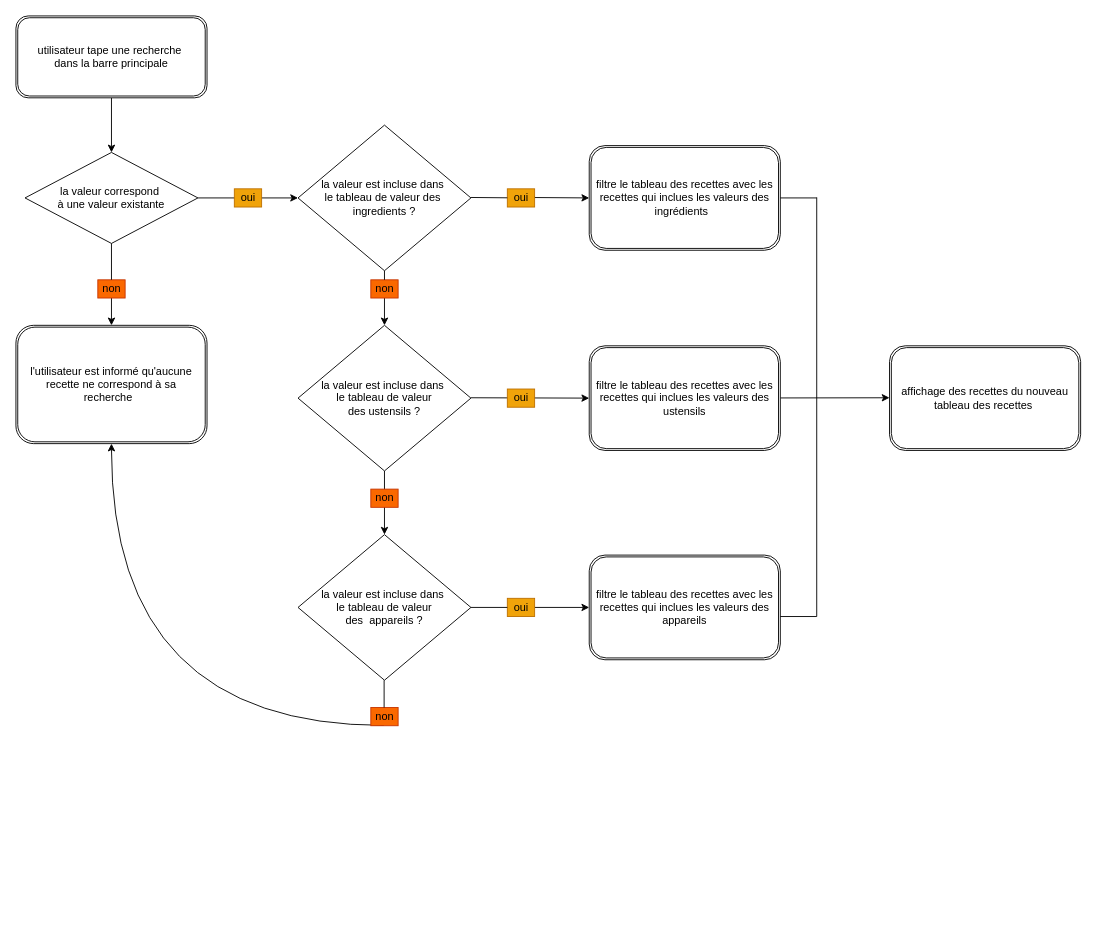
Before: algo1.drawio in jeremybosqui/Projet7_Algo, a draw.io diagram. Source tidied: cells renumbered, new cells numbered last; positions are measured from the earlier drawing's top-left corner, leaving out a move shared by most shapes. Both pictures are drawn from the tidied source at 91%, with x=0, y=0 at pixel (15, 15).
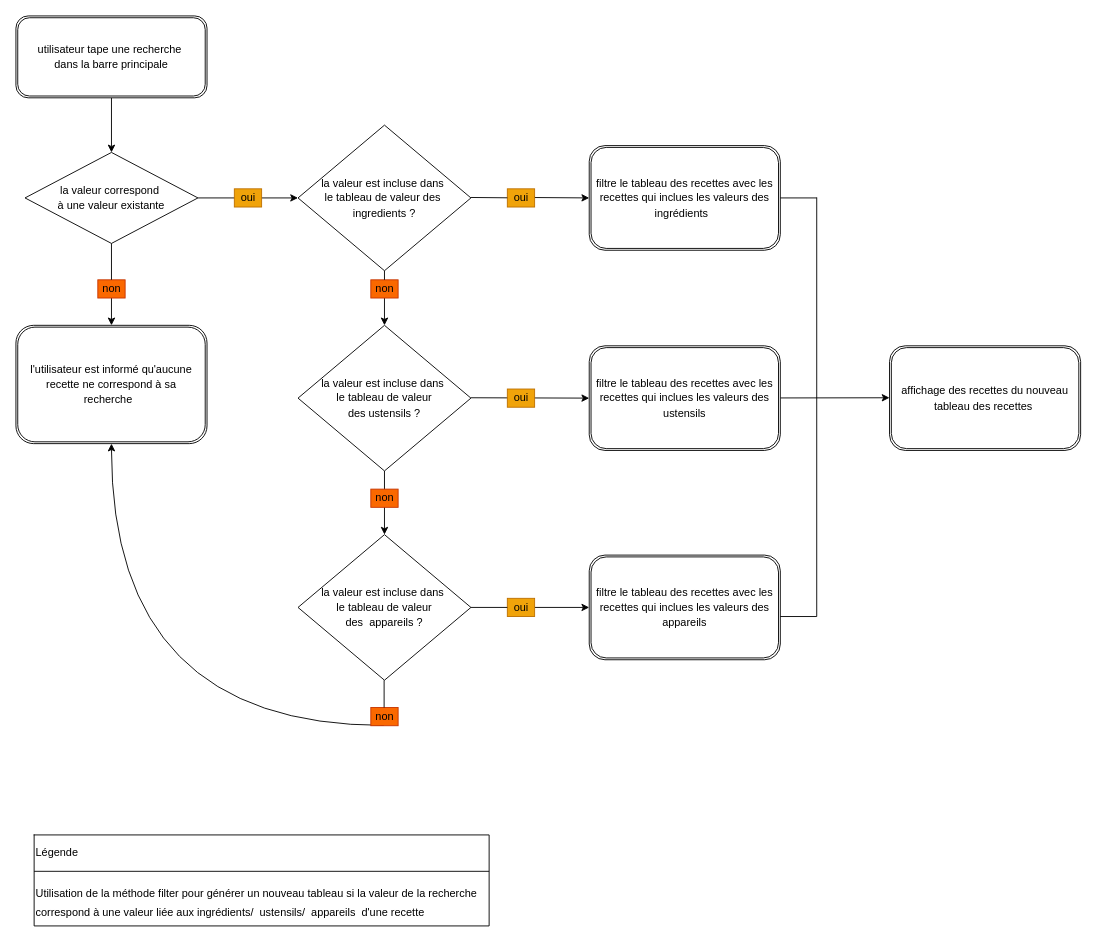
After the change.

Commit message (it also covers changes not shown here):
algo1 add legende

Change to the diagram source:
```diff
@@
-    <mxCell id="3" value="utilisateur tape une recherche&amp;nbsp; &lt;br&gt;dans la barre principale" style="shape=ext;double=1;rounded=1;whiteSpace=wrap;html=1;" parent="1" vertex="1">
+    <mxCell id="3" value="&lt;p style=&quot;line-height: 1.35&quot;&gt;utilisateur tape une recherche&amp;nbsp; &lt;br&gt;dans la barre principale&lt;/p&gt;" style="shape=ext;double=1;rounded=1;whiteSpace=wrap;html=1;" parent="1" vertex="1">
       <mxGeometry width="210" height="90" as="geometry" />
     </mxCell>
@@
-    <mxCell id="6" value="la valeur correspond&amp;nbsp;&lt;br&gt;à une valeur existante" style="rhombus;whiteSpace=wrap;html=1;rotation=0;" parent="1" vertex="1">
+    <mxCell id="6" value="&lt;p style=&quot;line-height: 1.35&quot;&gt;la valeur correspond&amp;nbsp;&lt;br&gt;à une valeur existante&lt;/p&gt;" style="rhombus;whiteSpace=wrap;html=1;rotation=0;" parent="1" vertex="1">
       <mxGeometry x="10" y="150" width="190" height="100" as="geometry" />
     </mxCell>
@@
-    <mxCell id="9" value="la valeur est incluse dans&amp;nbsp;&lt;br&gt;le tableau de valeur des&amp;nbsp; ingredients ?" style="rhombus;whiteSpace=wrap;html=1;rotation=0;" parent="1" vertex="1">
+    <mxCell id="9" value="&lt;p style=&quot;line-height: 1.35&quot;&gt;la valeur est incluse dans&amp;nbsp;&lt;br&gt;le tableau de valeur des&amp;nbsp; ingredients ?&lt;/p&gt;" style="rhombus;whiteSpace=wrap;html=1;rotation=0;" parent="1" vertex="1">
       <mxGeometry x="310" y="120" width="190" height="160" as="geometry" />
     </mxCell>
@@
-    <mxCell id="15" value="l'utilisateur est informé qu'aucune recette ne correspond à sa recherche&amp;nbsp;&amp;nbsp;" style="shape=ext;double=1;rounded=1;whiteSpace=wrap;html=1;" parent="1" vertex="1">
+    <mxCell id="15" value="&lt;p style=&quot;line-height: 1.35&quot;&gt;l'utilisateur est informé qu'aucune recette ne correspond à sa recherche&amp;nbsp;&amp;nbsp;&lt;/p&gt;" style="shape=ext;double=1;rounded=1;whiteSpace=wrap;html=1;" parent="1" vertex="1">
       <mxGeometry y="340" width="210" height="130" as="geometry" />
     </mxCell>
@@
-    <mxCell id="23" value="filtre le tableau des recettes avec les recettes qui inclues les valeurs des appareils" style="shape=ext;double=1;rounded=1;whiteSpace=wrap;html=1;" parent="1" vertex="1">
+    <mxCell id="23" value="&lt;p style=&quot;line-height: 1.35&quot;&gt;filtre le tableau des recettes avec les recettes qui inclues les valeurs des appareils&lt;/p&gt;" style="shape=ext;double=1;rounded=1;whiteSpace=wrap;html=1;" parent="1" vertex="1">
       <mxGeometry x="630" y="592.5" width="210" height="115" as="geometry" />
     </mxCell>
@@
-    <mxCell id="28" value="la valeur est incluse dans&amp;nbsp;&lt;br&gt;le tableau de valeur &lt;br&gt;des ustensils ?" style="rhombus;whiteSpace=wrap;html=1;rotation=0;" parent="1" vertex="1">
+    <mxCell id="28" value="&lt;p style=&quot;line-height: 1.35&quot;&gt;la valeur est incluse dans&amp;nbsp;&lt;br&gt;le tableau de valeur &lt;br&gt;des ustensils ?&lt;/p&gt;" style="rhombus;whiteSpace=wrap;html=1;rotation=0;" parent="1" vertex="1">
       <mxGeometry x="310" y="340" width="190" height="160" as="geometry" />
     </mxCell>
-    <mxCell id="29" value="la valeur est incluse dans&amp;nbsp;&lt;br&gt;le tableau de valeur &lt;br&gt;des&amp;nbsp; appareils ?" style="rhombus;whiteSpace=wrap;html=1;rotation=0;" parent="1" vertex="1">
+    <mxCell id="29" value="&lt;p style=&quot;line-height: 1.35&quot;&gt;la valeur est incluse dans&amp;nbsp;&lt;br&gt;le tableau de valeur &lt;br&gt;des&amp;nbsp; appareils ?&lt;/p&gt;" style="rhombus;whiteSpace=wrap;html=1;rotation=0;" parent="1" vertex="1">
       <mxGeometry x="310" y="570" width="190" height="160" as="geometry" />
     </mxCell>
@@
-    <mxCell id="35" value="filtre le tableau des recettes avec les recettes qui inclues les valeurs des ustensils" style="shape=ext;double=1;rounded=1;whiteSpace=wrap;html=1;" parent="1" vertex="1">
+    <mxCell id="35" value="&lt;p style=&quot;line-height: 1.35&quot;&gt;filtre le tableau des recettes avec les recettes qui inclues les valeurs des ustensils&lt;/p&gt;" style="shape=ext;double=1;rounded=1;whiteSpace=wrap;html=1;" parent="1" vertex="1">
       <mxGeometry x="630" y="362.5" width="210" height="115" as="geometry" />
     </mxCell>
-    <mxCell id="36" value="filtre le tableau des recettes avec les recettes qui inclues les valeurs des ingrédients&amp;nbsp;&amp;nbsp;" style="shape=ext;double=1;rounded=1;whiteSpace=wrap;html=1;" parent="1" vertex="1">
+    <mxCell id="36" value="&lt;p style=&quot;line-height: 1.35&quot;&gt;filtre le tableau des recettes avec les recettes qui inclues les valeurs des ingrédients&amp;nbsp;&amp;nbsp;&lt;/p&gt;" style="shape=ext;double=1;rounded=1;whiteSpace=wrap;html=1;" parent="1" vertex="1">
       <mxGeometry x="630" y="142.5" width="210" height="115" as="geometry" />
     </mxCell>
-    <mxCell id="37" value="affichage des recettes du nouveau tableau des recettes&amp;nbsp;" style="shape=ext;double=1;rounded=1;whiteSpace=wrap;html=1;" parent="1" vertex="1">
+    <mxCell id="37" value="&lt;p style=&quot;line-height: 1.35&quot;&gt;affichage des recettes du nouveau tableau des recettes&amp;nbsp;&lt;/p&gt;" style="shape=ext;double=1;rounded=1;whiteSpace=wrap;html=1;" parent="1" vertex="1">
       <mxGeometry x="960" y="362.5" width="210" height="115" as="geometry" />
     </mxCell>
+    <mxCell id="38" style="shape=table;startSize=0;childLayout=tableLayout;" parent="1" vertex="1">
+      <mxGeometry x="20" y="900" width="500" height="100" as="geometry" />
+    </mxCell>
+    <mxCell id="39" style="shape=partialRectangle;fillColor=none;top=0;left=0;bottom=0;right=0;" parent="38" vertex="1">
+      <mxGeometry width="500" height="40" as="geometry" />
+    </mxCell>
+    <mxCell id="40" value="Légende&lt;span style=&quot;white-space: pre&quot;&gt;&#9;&lt;/span&gt;&lt;span style=&quot;white-space: pre&quot;&gt;&#9;&lt;/span&gt;" style="shape=partialRectangle;html=1;whiteSpace=wrap;overflow=hidden;fillColor=none;top=0;left=0;bottom=0;right=0;align=left;" parent="39" vertex="1">
+      <mxGeometry width="500" height="40" as="geometry" />
+    </mxCell>
+    <mxCell id="41" style="shape=partialRectangle;fillColor=none;top=0;left=0;bottom=0;right=0;" parent="38" vertex="1">
+      <mxGeometry y="40" width="500" height="60" as="geometry" />
+    </mxCell>
+    <mxCell id="42" value="&lt;p style=&quot;line-height: 1.8&quot;&gt;Utilisation de la méthode filter pour générer un nouveau tableau si la valeur de la recherche&lt;br&gt;correspond à une valeur liée aux ingrédients/&amp;nbsp; ustensils/&amp;nbsp; appareils&amp;nbsp; d'une recette&lt;/p&gt;" style="shape=partialRectangle;html=1;whiteSpace=wrap;overflow=hidden;fillColor=none;top=0;left=0;bottom=0;right=0;align=left;" parent="41" vertex="1">
+      <mxGeometry width="500" height="60" as="geometry" />
+    </mxCell>
```
